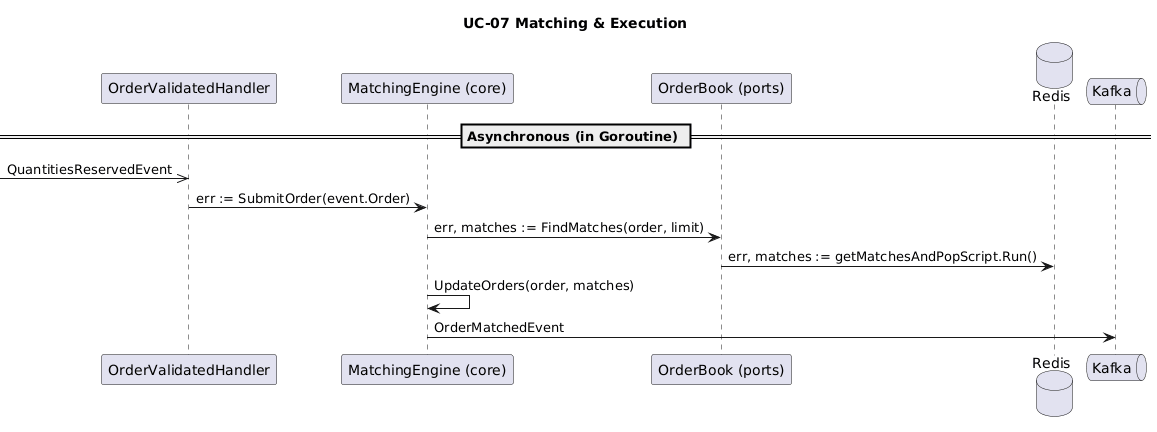
Before: docs/use_cases/uc07_sequence.png, a diagram exported from PlantUML (cjayneb/log430-project).
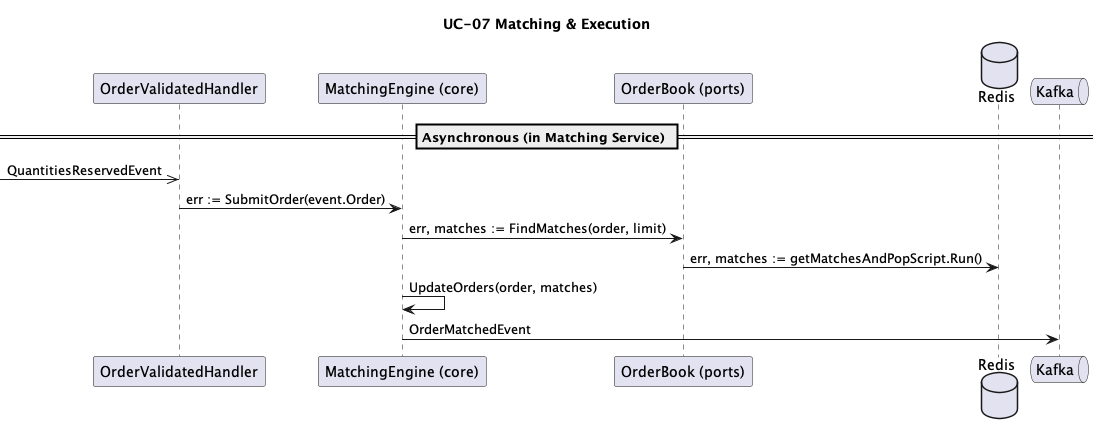
The same diagram one commit later.

What changed in the source:
```diff
@@ -7,11 +7,13 @@
 database "Redis" as redis
 queue "Kafka" as kafka
 
-== Asynchronous (in Goroutine) ==
+== Asynchronous (in Matching Service) ==
 ->> handler : QuantitiesReservedEvent
 handler -> MatchEngine : err := SubmitOrder(event.Order)
 MatchEngine -> book : err, matches := FindMatches(order, limit)
 book -> redis : err, matches := getMatchesAndPopScript.Run()
 MatchEngine -> MatchEngine : UpdateOrders(order, matches)
 MatchEngine -> kafka: OrderMatchedEvent
+
+
 @enduml
```
